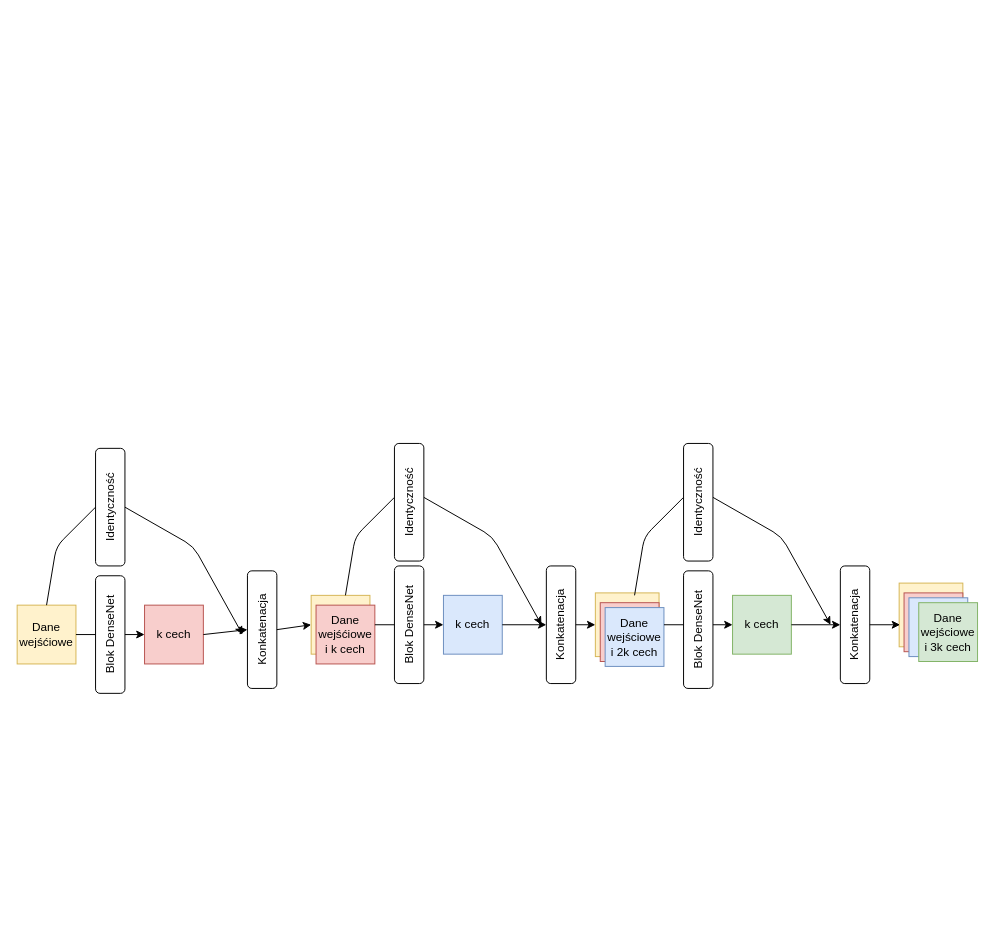
Earlier version of the draw.io diagram Img/densenet.drawio (plubon/Basecaller). Source tidied: cells renumbered, new cells numbered last; positions are measured from the earlier drawing's top-left corner, leaving out a move shared by most shapes. Both pictures are drawn from the tidied source at 98%, with x=0, y=0 at pixel (17, 443).
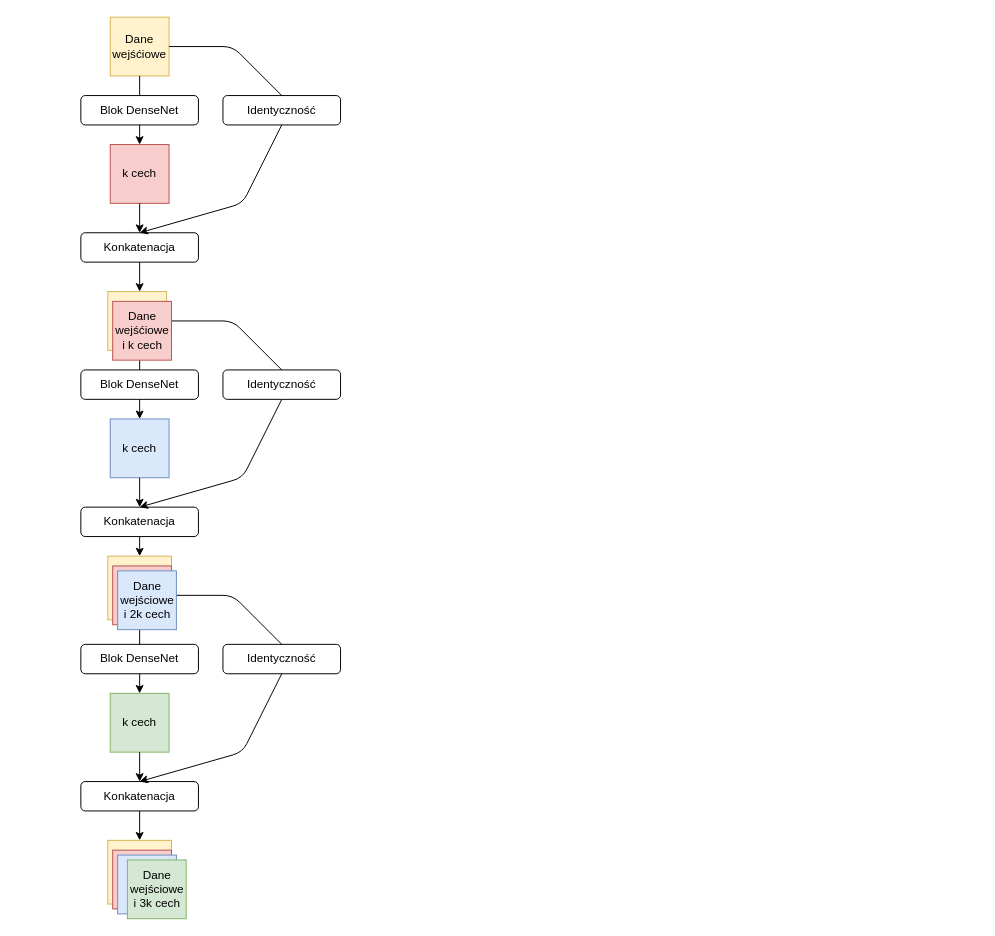
Above is the later version.

Change to the diagram source:
```diff
@@
     <mxCell id="2" value="&lt;div&gt;Dane &lt;br&gt;&lt;/div&gt;&lt;div&gt;wejśćiowe&lt;br&gt;&lt;/div&gt;" style="whiteSpace=wrap;html=1;fillColor=#fff2cc;strokeColor=#d6b656;" parent="1" vertex="1">
-      <mxGeometry y="165" width="60" height="60" as="geometry" />
+      <mxGeometry x="95" y="-435" width="60" height="60" as="geometry" />
     </mxCell>
-    <mxCell id="3" style="endArrow=classic;html=1;exitX=1;exitY=0.5;exitDx=0;exitDy=0;" parent="1" edge="1">
-      <mxGeometry relative="1" as="geometry">
-        <mxPoint x="60" y="195" as="sourcePoint" />
-        <mxPoint x="130" y="195" as="targetPoint" />
-      </mxGeometry>
-    </mxCell>
-    <mxCell id="4" value="&lt;div&gt;Blok DenseNet&lt;/div&gt;" style="rounded=1;whiteSpace=wrap;html=1;direction=south;horizontal=0;" parent="1" vertex="1">
-      <mxGeometry x="80" y="135" width="30" height="120" as="geometry" />
-    </mxCell>
-    <mxCell id="5" value="Identyczność" style="rounded=1;whiteSpace=wrap;html=1;direction=south;horizontal=0;" parent="1" vertex="1">
-      <mxGeometry x="80" y="5" width="30" height="120" as="geometry" />
-    </mxCell>
-    <mxCell id="6" style="endArrow=none;html=1;exitX=0.5;exitY=0;exitDx=0;exitDy=0;entryX=0.5;entryY=1;entryDx=0;entryDy=0;" parent="1" edge="1" target="5">
-      <mxGeometry relative="1" as="geometry">
-        <mxPoint x="30" y="165" as="sourcePoint" />
-        <Array as="points">
-          <mxPoint x="40" y="105" />
-        </Array>
-      </mxGeometry>
-    </mxCell>
-    <mxCell id="7" style="endArrow=classic;html=1;exitX=0.5;exitY=0;exitDx=0;exitDy=0;" parent="1" edge="1" source="5">
-      <mxGeometry relative="1" as="geometry">
-        <mxPoint x="230" y="195" as="targetPoint" />
-        <Array as="points">
-          <mxPoint x="180" y="105" />
-        </Array>
-      </mxGeometry>
-    </mxCell>
-    <mxCell id="8" value="Konkatenacja" style="rounded=1;whiteSpace=wrap;html=1;direction=south;horizontal=0;" parent="1" vertex="1">
-      <mxGeometry x="235" y="130" width="30" height="120" as="geometry" />
-    </mxCell>
-    <mxCell id="9" style="whiteSpace=wrap;html=1;fillColor=#fff2cc;strokeColor=#d6b656;" parent="1" vertex="1">
-      <mxGeometry x="300" y="155" width="60" height="60" as="geometry" />
-    </mxCell>
+    <mxCell id="39" value="&lt;div&gt;Blok DenseNet&lt;/div&gt;" style="rounded=1;whiteSpace=wrap;html=1;direction=west;horizontal=1;flipH=0;flipV=0;" parent="1" vertex="1">
+      <mxGeometry x="65" y="-355" width="120" height="30" as="geometry" />
+    </mxCell>
+    <mxCell id="40" value="Identyczność" style="rounded=1;whiteSpace=wrap;html=1;direction=west;horizontal=1;" parent="1" vertex="1">
+      <mxGeometry x="210" y="-355" width="120" height="30" as="geometry" />
+    </mxCell>
+    <mxCell id="11" value="k cech" style="whiteSpace=wrap;html=1;fillColor=#f8cecc;strokeColor=#b85450;" parent="1" vertex="1">
+      <mxGeometry x="95" y="-305" width="60" height="60" as="geometry" />
+    </mxCell>
+    <mxCell id="41" value="Konkatenacja" style="rounded=1;whiteSpace=wrap;html=1;direction=east;horizontal=1;" parent="1" vertex="1">
+      <mxGeometry x="65" y="-215" width="120" height="30" as="geometry" />
+    </mxCell>
+    <mxCell id="42" style="endArrow=none;html=1;exitX=1;exitY=0.5;exitDx=0;exitDy=0;entryX=0.5;entryY=1;entryDx=0;entryDy=0;" parent="1" edge="1" source="2" target="40">
+      <mxGeometry relative="1" as="geometry">
+        <Array as="points">
+          <mxPoint x="220" y="-405" />
+        </Array>
+      </mxGeometry>
+    </mxCell>
+    <mxCell id="43" style="endArrow=none;html=1;exitX=0.5;exitY=1;exitDx=0;exitDy=0;entryX=0.5;entryY=1;entryDx=0;entryDy=0;" parent="1" edge="1" source="2" target="39">
+      <mxGeometry relative="1" as="geometry" />
+    </mxCell>
+    <mxCell id="44" style="endArrow=classic;html=1;exitX=0.5;exitY=0;exitDx=0;exitDy=0;" parent="1" edge="1" source="39">
+      <mxGeometry relative="1" as="geometry">
+        <mxPoint x="125" y="-305" as="targetPoint" />
+      </mxGeometry>
+    </mxCell>
+    <mxCell id="45" style="endArrow=classic;html=1;exitX=0.5;exitY=1;exitDx=0;exitDy=0;entryX=0.5;entryY=0;entryDx=0;entryDy=0;" parent="1" edge="1" source="11" target="41">
+      <mxGeometry relative="1" as="geometry" />
+    </mxCell>
+    <mxCell id="46" style="endArrow=classic;html=1;exitX=0.5;exitY=0;exitDx=0;exitDy=0;entryX=0.5;entryY=0;entryDx=0;entryDy=0;" parent="1" edge="1" source="40" target="41">
+      <mxGeometry relative="1" as="geometry">
+        <Array as="points">
+          <mxPoint x="230" y="-245" />
+        </Array>
+      </mxGeometry>
+    </mxCell>
+    <mxCell id="47" style="endArrow=classic;html=1;exitX=0.5;exitY=1;exitDx=0;exitDy=0;" parent="1" edge="1" source="41">
+      <mxGeometry relative="1" as="geometry">
+        <mxPoint x="125" y="-155" as="targetPoint" />
+      </mxGeometry>
+    </mxCell>
+    <mxCell id="48" value="&lt;div&gt;Blok DenseNet&lt;/div&gt;" style="rounded=1;whiteSpace=wrap;html=1;direction=west;horizontal=1;flipH=0;flipV=0;" parent="1" vertex="1">
+      <mxGeometry x="65" y="-75" width="120" height="30" as="geometry" />
+    </mxCell>
+    <mxCell id="49" value="Identyczność" style="rounded=1;whiteSpace=wrap;html=1;direction=west;horizontal=1;" parent="1" vertex="1">
+      <mxGeometry x="210" y="-75" width="120" height="30" as="geometry" />
+    </mxCell>
+    <mxCell id="19" value="k cech" style="whiteSpace=wrap;html=1;fillColor=#dae8fc;strokeColor=#6c8ebf;" parent="1" vertex="1">
+      <mxGeometry x="95" y="-25" width="60" height="60" as="geometry" />
+    </mxCell>
+    <mxCell id="50" value="Konkatenacja" style="rounded=1;whiteSpace=wrap;html=1;direction=east;horizontal=1;" parent="1" vertex="1">
+      <mxGeometry x="65" y="65" width="120" height="30" as="geometry" />
+    </mxCell>
+    <mxCell id="51" style="endArrow=none;html=1;exitX=1;exitY=0.5;exitDx=0;exitDy=0;entryX=0.5;entryY=1;entryDx=0;entryDy=0;" parent="1" edge="1" target="49">
+      <mxGeometry relative="1" as="geometry">
+        <mxPoint x="155" y="-125" as="sourcePoint" />
+        <Array as="points">
+          <mxPoint x="220" y="-125" />
+        </Array>
+      </mxGeometry>
+    </mxCell>
+    <mxCell id="52" style="endArrow=none;html=1;exitX=0.5;exitY=1;exitDx=0;exitDy=0;entryX=0.5;entryY=1;entryDx=0;entryDy=0;" parent="1" edge="1" target="48">
+      <mxGeometry relative="1" as="geometry">
+        <mxPoint x="125" y="-95" as="sourcePoint" />
+      </mxGeometry>
+    </mxCell>
+    <mxCell id="53" style="endArrow=classic;html=1;exitX=0.5;exitY=0;exitDx=0;exitDy=0;" parent="1" edge="1" source="48">
+      <mxGeometry relative="1" as="geometry">
+        <mxPoint x="125" y="-25" as="targetPoint" />
+      </mxGeometry>
+    </mxCell>
+    <mxCell id="54" style="endArrow=classic;html=1;exitX=0.5;exitY=1;exitDx=0;exitDy=0;entryX=0.5;entryY=0;entryDx=0;entryDy=0;" parent="1" edge="1" source="19" target="50">
+      <mxGeometry relative="1" as="geometry" />
+    </mxCell>
+    <mxCell id="55" style="endArrow=classic;html=1;exitX=0.5;exitY=0;exitDx=0;exitDy=0;entryX=0.5;entryY=0;entryDx=0;entryDy=0;" parent="1" edge="1" source="49" target="50">
+      <mxGeometry relative="1" as="geometry">
+        <Array as="points">
+          <mxPoint x="230" y="35" />
+        </Array>
+      </mxGeometry>
+    </mxCell>
+    <mxCell id="56" style="endArrow=classic;html=1;exitX=0.5;exitY=1;exitDx=0;exitDy=0;" parent="1" edge="1" source="50">
+      <mxGeometry relative="1" as="geometry">
+        <mxPoint x="125" y="115" as="targetPoint" />
+      </mxGeometry>
+    </mxCell>
+    <mxCell id="57" value="&lt;div&gt;Blok DenseNet&lt;/div&gt;" style="rounded=1;whiteSpace=wrap;html=1;direction=west;horizontal=1;flipH=0;flipV=0;" parent="1" vertex="1">
+      <mxGeometry x="65" y="205" width="120" height="30" as="geometry" />
+    </mxCell>
+    <mxCell id="58" value="Identyczność" style="rounded=1;whiteSpace=wrap;html=1;direction=west;horizontal=1;" parent="1" vertex="1">
+      <mxGeometry x="210" y="205" width="120" height="30" as="geometry" />
+    </mxCell>
+    <mxCell id="31" value="k cech" style="whiteSpace=wrap;html=1;fillColor=#d5e8d4;strokeColor=#82b366;" parent="1" vertex="1">
+      <mxGeometry x="95" y="255" width="60" height="60" as="geometry" />
+    </mxCell>
+    <mxCell id="59" value="Konkatenacja" style="rounded=1;whiteSpace=wrap;html=1;direction=east;horizontal=1;" parent="1" vertex="1">
+      <mxGeometry x="65" y="345" width="120" height="30" as="geometry" />
+    </mxCell>
+    <mxCell id="60" style="endArrow=none;html=1;exitX=1;exitY=0.5;exitDx=0;exitDy=0;entryX=0.5;entryY=1;entryDx=0;entryDy=0;" parent="1" edge="1" target="58">
+      <mxGeometry relative="1" as="geometry">
+        <mxPoint x="155" y="155" as="sourcePoint" />
+        <Array as="points">
+          <mxPoint x="220" y="155" />
+        </Array>
+      </mxGeometry>
+    </mxCell>
+    <mxCell id="61" style="endArrow=none;html=1;exitX=0.5;exitY=1;exitDx=0;exitDy=0;entryX=0.5;entryY=1;entryDx=0;entryDy=0;" parent="1" edge="1" target="57">
+      <mxGeometry relative="1" as="geometry">
+        <mxPoint x="125" y="185" as="sourcePoint" />
+      </mxGeometry>
+    </mxCell>
+    <mxCell id="62" style="endArrow=classic;html=1;exitX=0.5;exitY=0;exitDx=0;exitDy=0;" parent="1" edge="1" source="57">
+      <mxGeometry relative="1" as="geometry">
+        <mxPoint x="125" y="255" as="targetPoint" />
+      </mxGeometry>
+    </mxCell>
+    <mxCell id="63" style="endArrow=classic;html=1;exitX=0.5;exitY=1;exitDx=0;exitDy=0;entryX=0.5;entryY=0;entryDx=0;entryDy=0;" parent="1" edge="1" source="31" target="59">
+      <mxGeometry relative="1" as="geometry" />
+    </mxCell>
+    <mxCell id="64" style="endArrow=classic;html=1;exitX=0.5;exitY=0;exitDx=0;exitDy=0;entryX=0.5;entryY=0;entryDx=0;entryDy=0;" parent="1" edge="1" source="58" target="59">
+      <mxGeometry relative="1" as="geometry">
+        <Array as="points">
+          <mxPoint x="230" y="315" />
+        </Array>
+      </mxGeometry>
+    </mxCell>
+    <mxCell id="65" style="endArrow=classic;html=1;exitX=0.5;exitY=1;exitDx=0;exitDy=0;" parent="1" edge="1" source="59">
+      <mxGeometry relative="1" as="geometry">
+        <mxPoint x="125" y="405" as="targetPoint" />
+      </mxGeometry>
+    </mxCell>
+    <mxCell id="66" style="whiteSpace=wrap;html=1;fillColor=#fff2cc;strokeColor=#d6b656;" parent="1" vertex="1">
+      <mxGeometry x="92.5" y="-155" width="60" height="60" as="geometry" />
+    </mxCell>
     <mxCell id="10" value="&lt;div&gt;Dane&lt;/div&gt;&lt;div&gt;wejśćiowe &lt;br&gt;&lt;/div&gt;&lt;div&gt;i k cech&lt;br&gt;&lt;/div&gt;" style="whiteSpace=wrap;html=1;fillColor=#f8cecc;strokeColor=#b85450;" parent="1" vertex="1">
-      <mxGeometry x="305" y="165" width="60" height="60" as="geometry" />
+      <mxGeometry x="97.5" y="-145" width="60" height="60" as="geometry" />
     </mxCell>
-    <mxCell id="11" value="k cech" style="whiteSpace=wrap;html=1;fillColor=#f8cecc;strokeColor=#b85450;" parent="1" vertex="1">
-      <mxGeometry x="130" y="165" width="60" height="60" as="geometry" />
-    </mxCell>
-    <mxCell id="12" style="endArrow=classic;html=1;exitX=1;exitY=0.5;exitDx=0;exitDy=0;entryX=0.5;entryY=1;entryDx=0;entryDy=0;" parent="1" edge="1" source="11" target="8">
-      <mxGeometry relative="1" as="geometry" />
-    </mxCell>
-    <mxCell id="13" style="endArrow=classic;html=1;exitX=0.5;exitY=0;exitDx=0;exitDy=0;entryX=0;entryY=0.5;entryDx=0;entryDy=0;" parent="1" edge="1" source="8" target="9">
-      <mxGeometry relative="1" as="geometry" />
-    </mxCell>
-    <mxCell id="14" style="endArrow=classic;html=1;exitX=1;exitY=0.5;exitDx=0;exitDy=0;" parent="1" edge="1">
-      <mxGeometry relative="1" as="geometry">
-        <mxPoint x="365" y="185" as="sourcePoint" />
-        <mxPoint x="435" y="185" as="targetPoint" />
-      </mxGeometry>
-    </mxCell>
-    <mxCell id="15" value="&lt;div&gt;Blok DenseNet&lt;/div&gt;" style="rounded=1;whiteSpace=wrap;html=1;direction=south;horizontal=0;" parent="1" vertex="1">
-      <mxGeometry x="385" y="125" width="30" height="120" as="geometry" />
-    </mxCell>
-    <mxCell id="16" style="endArrow=none;html=1;exitX=0.5;exitY=0;exitDx=0;exitDy=0;entryX=0.5;entryY=1;entryDx=0;entryDy=0;" parent="1" edge="1">
-      <mxGeometry relative="1" as="geometry">
-        <mxPoint x="335" y="155" as="sourcePoint" />
-        <mxPoint x="385" y="55" as="targetPoint" />
-        <Array as="points">
-          <mxPoint x="345" y="95" />
-        </Array>
-      </mxGeometry>
-    </mxCell>
-    <mxCell id="17" style="endArrow=classic;html=1;exitX=0.5;exitY=0;exitDx=0;exitDy=0;" parent="1" edge="1">
-      <mxGeometry relative="1" as="geometry">
-        <mxPoint x="415" y="55" as="sourcePoint" />
-        <mxPoint x="535" y="185" as="targetPoint" />
-        <Array as="points">
-          <mxPoint x="485" y="95" />
-        </Array>
-      </mxGeometry>
-    </mxCell>
-    <mxCell id="18" value="Konkatenacja" style="rounded=1;whiteSpace=wrap;html=1;direction=south;horizontal=0;" parent="1" vertex="1">
-      <mxGeometry x="540" y="125" width="30" height="120" as="geometry" />
-    </mxCell>
-    <mxCell id="19" value="k cech" style="whiteSpace=wrap;html=1;fillColor=#dae8fc;strokeColor=#6c8ebf;" parent="1" vertex="1">
-      <mxGeometry x="435" y="155" width="60" height="60" as="geometry" />
-    </mxCell>
-    <mxCell id="20" style="endArrow=classic;html=1;exitX=1;exitY=0.5;exitDx=0;exitDy=0;entryX=0.5;entryY=1;entryDx=0;entryDy=0;" parent="1" edge="1" source="19" target="18">
-      <mxGeometry relative="1" as="geometry" />
-    </mxCell>
-    <mxCell id="21" value="Identyczność" style="rounded=1;whiteSpace=wrap;html=1;direction=south;horizontal=0;" parent="1" vertex="1">
-      <mxGeometry x="385" width="30" height="120" as="geometry" />
-    </mxCell>
-    <mxCell id="22" style="whiteSpace=wrap;html=1;fillColor=#fff2cc;strokeColor=#d6b656;" parent="1" vertex="1">
-      <mxGeometry x="590" y="152.5" width="65" height="65" as="geometry" />
-    </mxCell>
-    <mxCell id="23" style="whiteSpace=wrap;html=1;fillColor=#f8cecc;strokeColor=#b85450;" parent="1" vertex="1">
-      <mxGeometry x="595" y="162.5" width="60" height="60" as="geometry" />
-    </mxCell>
+    <mxCell id="67" style="whiteSpace=wrap;html=1;fillColor=#fff2cc;strokeColor=#d6b656;" parent="1" vertex="1">
+      <mxGeometry x="92.5" y="115" width="65" height="65" as="geometry" />
+    </mxCell>
+    <mxCell id="68" style="whiteSpace=wrap;html=1;fillColor=#f8cecc;strokeColor=#b85450;" parent="1" vertex="1">
+      <mxGeometry x="97.5" y="125" width="60" height="60" as="geometry" />
+    </mxCell>
     <mxCell id="24" value="Dane wejściowe i 2k cech" style="whiteSpace=wrap;html=1;fillColor=#dae8fc;strokeColor=#6c8ebf;" parent="1" vertex="1">
-      <mxGeometry x="600" y="167.5" width="60" height="60" as="geometry" />
+      <mxGeometry x="102.5" y="130" width="60" height="60" as="geometry" />
     </mxCell>
-    <mxCell id="25" style="endArrow=classic;html=1;exitX=0.5;exitY=0;exitDx=0;exitDy=0;entryX=0;entryY=0.5;entryDx=0;entryDy=0;" parent="1" edge="1" source="18" target="22">
-      <mxGeometry relative="1" as="geometry" />
-    </mxCell>
-    <mxCell id="26" style="endArrow=classic;html=1;exitX=1;exitY=0.5;exitDx=0;exitDy=0;" parent="1" edge="1">
-      <mxGeometry relative="1" as="geometry">
-        <mxPoint x="660" y="185" as="sourcePoint" />
-        <mxPoint x="730" y="185" as="targetPoint" />
-      </mxGeometry>
-    </mxCell>
-    <mxCell id="27" value="&lt;div&gt;Blok DenseNet&lt;/div&gt;" style="rounded=1;whiteSpace=wrap;html=1;direction=south;horizontal=0;" parent="1" vertex="1">
-      <mxGeometry x="680" y="130" width="30" height="120" as="geometry" />
-    </mxCell>
-    <mxCell id="28" style="endArrow=none;html=1;exitX=0.5;exitY=0;exitDx=0;exitDy=0;entryX=0.5;entryY=1;entryDx=0;entryDy=0;" parent="1" edge="1">
-      <mxGeometry relative="1" as="geometry">
-        <mxPoint x="630" y="155" as="sourcePoint" />
-        <mxPoint x="680" y="55" as="targetPoint" />
-        <Array as="points">
-          <mxPoint x="640" y="95" />
-        </Array>
-      </mxGeometry>
-    </mxCell>
-    <mxCell id="29" style="endArrow=classic;html=1;exitX=0.5;exitY=0;exitDx=0;exitDy=0;" parent="1" edge="1">
-      <mxGeometry relative="1" as="geometry">
-        <mxPoint x="710" y="55" as="sourcePoint" />
-        <mxPoint x="830" y="185" as="targetPoint" />
-        <Array as="points">
-          <mxPoint x="780" y="95" />
-        </Array>
-      </mxGeometry>
-    </mxCell>
-    <mxCell id="30" value="Konkatenacja" style="rounded=1;whiteSpace=wrap;html=1;direction=south;horizontal=0;" parent="1" vertex="1">
-      <mxGeometry x="840" y="125" width="30" height="120" as="geometry" />
-    </mxCell>
-    <mxCell id="31" value="k cech" style="whiteSpace=wrap;html=1;fillColor=#d5e8d4;strokeColor=#82b366;" parent="1" vertex="1">
-      <mxGeometry x="730" y="155" width="60" height="60" as="geometry" />
-    </mxCell>
-    <mxCell id="32" style="endArrow=classic;html=1;exitX=1;exitY=0.5;exitDx=0;exitDy=0;entryX=0.5;entryY=1;entryDx=0;entryDy=0;" parent="1" edge="1" source="31" target="30">
-      <mxGeometry relative="1" as="geometry" />
-    </mxCell>
-    <mxCell id="33" value="Identyczność" style="rounded=1;whiteSpace=wrap;html=1;direction=south;horizontal=0;" parent="1" vertex="1">
-      <mxGeometry x="680" width="30" height="120" as="geometry" />
-    </mxCell>
-    <mxCell id="34" style="whiteSpace=wrap;html=1;fillColor=#fff2cc;strokeColor=#d6b656;" parent="1" vertex="1">
-      <mxGeometry x="900" y="142.5" width="65" height="65" as="geometry" />
-    </mxCell>
-    <mxCell id="35" style="whiteSpace=wrap;html=1;fillColor=#f8cecc;strokeColor=#b85450;" parent="1" vertex="1">
-      <mxGeometry x="905" y="152.5" width="60" height="60" as="geometry" />
-    </mxCell>
-    <mxCell id="36" style="whiteSpace=wrap;html=1;fillColor=#dae8fc;strokeColor=#6c8ebf;" parent="1" vertex="1">
-      <mxGeometry x="910" y="157.5" width="60" height="60" as="geometry" />
-    </mxCell>
+    <mxCell id="69" style="whiteSpace=wrap;html=1;fillColor=#fff2cc;strokeColor=#d6b656;" parent="1" vertex="1">
+      <mxGeometry x="92.5" y="405" width="65" height="65" as="geometry" />
+    </mxCell>
+    <mxCell id="70" style="whiteSpace=wrap;html=1;fillColor=#f8cecc;strokeColor=#b85450;" parent="1" vertex="1">
+      <mxGeometry x="97.5" y="415" width="60" height="60" as="geometry" />
+    </mxCell>
+    <mxCell id="71" style="whiteSpace=wrap;html=1;fillColor=#dae8fc;strokeColor=#6c8ebf;" parent="1" vertex="1">
+      <mxGeometry x="102.5" y="420" width="60" height="60" as="geometry" />
+    </mxCell>
     <mxCell id="37" value="Dane wejściowe i 3k cech" style="whiteSpace=wrap;html=1;fillColor=#d5e8d4;strokeColor=#82b366;" parent="1" vertex="1">
-      <mxGeometry x="920" y="162.5" width="60" height="60" as="geometry" />
+      <mxGeometry x="112.5" y="425" width="60" height="60" as="geometry" />
     </mxCell>
-    <mxCell id="38" style="endArrow=classic;html=1;exitX=0.5;exitY=0;exitDx=0;exitDy=0;entryX=0.015;entryY=0.654;entryDx=0;entryDy=0;entryPerimeter=0;" parent="1" edge="1" source="30" target="34">
-      <mxGeometry relative="1" as="geometry" />
-    </mxCell>
```
